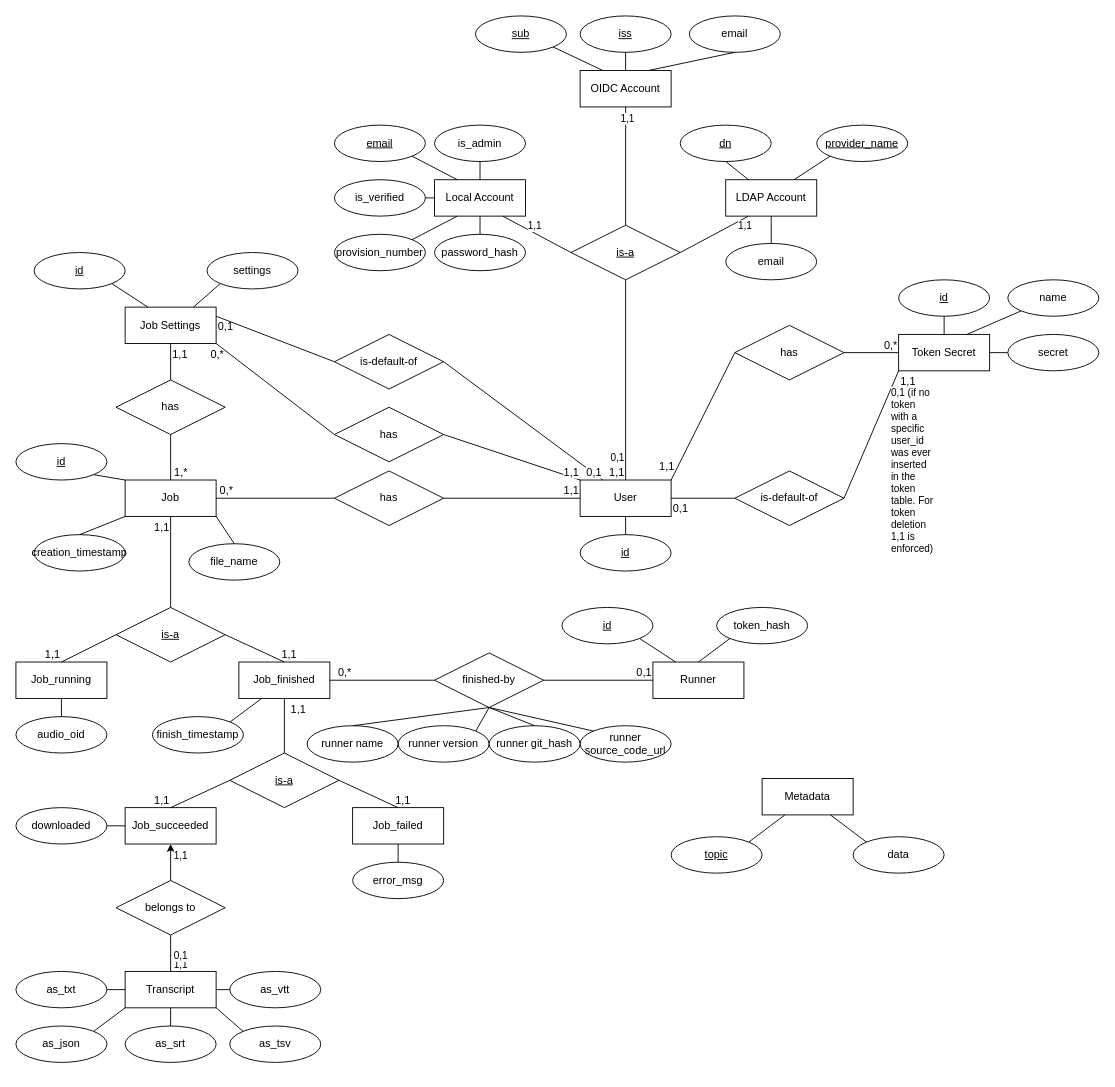
Before: doc/database_er_model.drawio in JulianFP/project-W, a draw.io diagram. Source tidied: cells renumbered, new cells numbered last; positions are measured from the earlier drawing's top-left corner, leaving out a move shared by most shapes. Both pictures are drawn from the tidied source at 91%, with x=0, y=0 at pixel (15, 15).
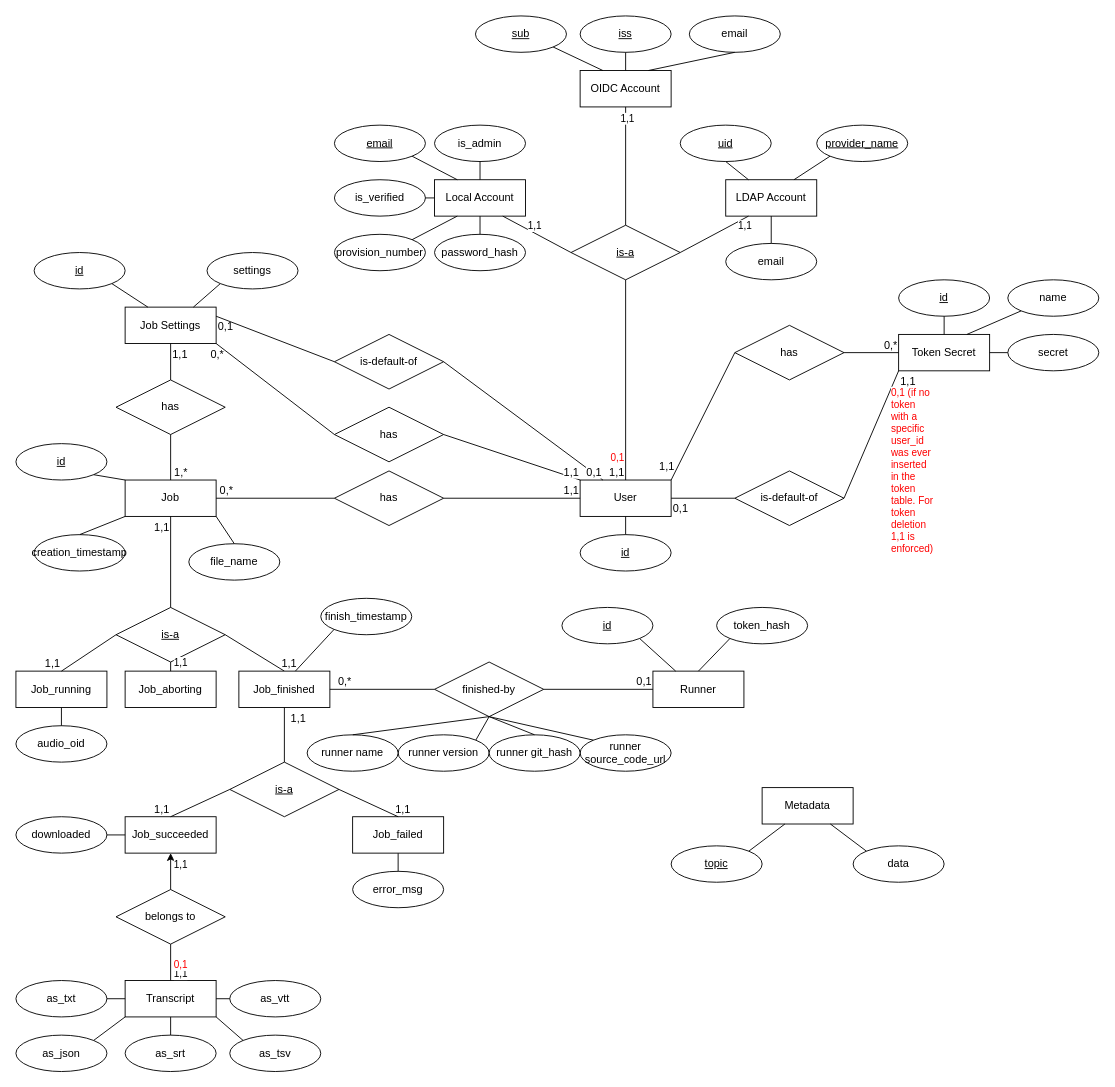
The same diagram, later.

Commit message (it also covers changes not shown here):
docs: Update database model, add documentation for how to use the new terms of services feature

Unchanged cells that the change refers to:
```xml
<mxCell id="30" value="&lt;u&gt;is-a&lt;/u&gt;" style="shape=rhombus;perimeter=rhombusPerimeter;whiteSpace=wrap;html=1;align=center;" parent="1" vertex="1">
  <mxGeometry x="110" y="650" width="120" height="60" as="geometry" />
</mxCell>
<mxCell id="104" style="endArrow=none;html=1;rounded=0;entryX=0.5;entryY=0;entryDx=0;entryDy=0;exitX=0.5;exitY=1;exitDx=0;exitDy=0;" parent="1" edge="1" source="103" target="3">
  <mxGeometry relative="1" as="geometry" />
</mxCell>
<mxCell id="126" style="endArrow=none;html=1;rounded=0;entryX=0.5;entryY=0;entryDx=0;entryDy=0;exitX=0.5;exitY=1;exitDx=0;exitDy=0;" parent="1" edge="1" source="125" target="124">
  <mxGeometry relative="1" as="geometry" />
</mxCell>
<mxCell id="154" style="endArrow=none;html=1;rounded=0;entryX=0;entryY=1;entryDx=0;entryDy=0;exitX=1;exitY=0.5;exitDx=0;exitDy=0;" parent="1" edge="1" source="151" target="69">
  <mxGeometry relative="1" as="geometry" />
</mxCell>
```

What changed in the source:
```diff
@@
     <mxCell id="4" value="Runner" style="whiteSpace=wrap;html=1;align=center;" parent="1" vertex="1">
-      <mxGeometry x="700" y="710" width="100" height="40" as="geometry" />
+      <mxGeometry x="700" y="720" width="100" height="40" as="geometry" />
     </mxCell>
@@
     <mxCell id="9" value="&lt;div&gt;audio_oid&lt;/div&gt;" style="ellipse;whiteSpace=wrap;html=1;align=center;" parent="1" vertex="1">
-      <mxGeometry y="770" width="100" height="40" as="geometry" />
+      <mxGeometry y="780" width="100" height="40" as="geometry" />
     </mxCell>
@@
     <mxCell id="27" value="&lt;div&gt;finish_timestamp&lt;/div&gt;" style="ellipse;whiteSpace=wrap;html=1;align=center;" parent="1" vertex="1">
-      <mxGeometry x="150" y="770" width="100" height="40" as="geometry" />
+      <mxGeometry x="335" y="640" width="100" height="40" as="geometry" />
     </mxCell>
     <mxCell id="28" value="downloaded" style="ellipse;whiteSpace=wrap;html=1;align=center;" parent="1" vertex="1">
-      <mxGeometry y="870" width="100" height="40" as="geometry" />
+      <mxGeometry y="880" width="100" height="40" as="geometry" />
     </mxCell>
     <mxCell id="29" value="Job_running" style="whiteSpace=wrap;html=1;align=center;" parent="1" vertex="1">
-      <mxGeometry y="710" width="100" height="40" as="geometry" />
+      <mxGeometry y="720" width="100" height="40" as="geometry" />
     </mxCell>
@@
     <mxCell id="35" value="Job_succeeded" style="whiteSpace=wrap;html=1;align=center;" parent="1" vertex="1">
-      <mxGeometry x="120" y="870" width="100" height="40" as="geometry" />
+      <mxGeometry x="120" y="880" width="100" height="40" as="geometry" />
     </mxCell>
@@
-    <mxCell id="37" style="endArrow=none;html=1;rounded=0;entryX=1;entryY=0;entryDx=0;entryDy=0;exitX=0.25;exitY=1;exitDx=0;exitDy=0;" parent="1" edge="1" source="45" target="27">
+    <mxCell id="37" style="endArrow=none;html=1;rounded=0;exitX=0.25;exitY=1;exitDx=0;exitDy=0;entryX=0;entryY=1;entryDx=0;entryDy=0;" parent="1" edge="1" source="45" target="27">
       <mxGeometry relative="1" as="geometry" />
     </mxCell>
@@
     <mxCell id="39" value="error_msg" style="ellipse;whiteSpace=wrap;html=1;align=center;" parent="1" vertex="1">
-      <mxGeometry x="370" y="930" width="100" height="40" as="geometry" />
+      <mxGeometry x="370" y="940" width="100" height="40" as="geometry" />
     </mxCell>
@@
     <mxCell id="41" value="Job_failed" style="whiteSpace=wrap;html=1;align=center;" parent="1" vertex="1">
-      <mxGeometry x="370" y="870" width="100" height="40" as="geometry" />
+      <mxGeometry x="370" y="880" width="100" height="40" as="geometry" />
     </mxCell>
@@
     <mxCell id="44" value="&lt;u&gt;is-a&lt;/u&gt;" style="shape=rhombus;perimeter=rhombusPerimeter;whiteSpace=wrap;html=1;align=center;" parent="1" vertex="1">
-      <mxGeometry x="235" y="810" width="120" height="60" as="geometry" />
+      <mxGeometry x="235" y="820" width="120" height="60" as="geometry" />
     </mxCell>
     <mxCell id="45" value="Job_finished" style="whiteSpace=wrap;html=1;align=center;" parent="1" vertex="1">
-      <mxGeometry x="245" y="710" width="100" height="40" as="geometry" />
+      <mxGeometry x="245" y="720" width="100" height="40" as="geometry" />
     </mxCell>
     <mxCell id="46" value="finished-by" style="shape=rhombus;perimeter=rhombusPerimeter;whiteSpace=wrap;html=1;align=center;" parent="1" vertex="1">
-      <mxGeometry x="460" y="700" width="120" height="60" as="geometry" />
+      <mxGeometry x="460" y="710" width="120" height="60" as="geometry" />
     </mxCell>
@@
     <mxCell id="51" value="runner version" style="ellipse;whiteSpace=wrap;html=1;align=center;" parent="1" vertex="1">
-      <mxGeometry x="420" y="780" width="100" height="40" as="geometry" />
+      <mxGeometry x="420" y="790" width="100" height="40" as="geometry" />
     </mxCell>
@@
     <mxCell id="53" value="runner source_code_url" style="ellipse;whiteSpace=wrap;html=1;align=center;" parent="1" vertex="1">
-      <mxGeometry x="620" y="780" width="100" height="40" as="geometry" />
+      <mxGeometry x="620" y="790" width="100" height="40" as="geometry" />
     </mxCell>
@@
     <mxCell id="61" value="runner git_hash" style="ellipse;whiteSpace=wrap;html=1;align=center;" parent="1" vertex="1">
-      <mxGeometry x="520" y="780" width="100" height="40" as="geometry" />
+      <mxGeometry x="520" y="790" width="100" height="40" as="geometry" />
     </mxCell>
@@
     <mxCell id="64" value="Metadata" style="whiteSpace=wrap;html=1;align=center;" parent="1" vertex="1">
-      <mxGeometry x="820" y="838" width="100" height="40" as="geometry" />
+      <mxGeometry x="820" y="848" width="100" height="40" as="geometry" />
     </mxCell>
     <mxCell id="65" value="&lt;u&gt;topic&lt;/u&gt;" style="ellipse;whiteSpace=wrap;html=1;align=center;" parent="1" vertex="1">
-      <mxGeometry x="720" y="902" width="100" height="40" as="geometry" />
+      <mxGeometry x="720" y="912" width="100" height="40" as="geometry" />
     </mxCell>
@@
     <mxCell id="67" value="data" style="ellipse;whiteSpace=wrap;html=1;align=center;" parent="1" vertex="1">
-      <mxGeometry x="920" y="902" width="100" height="40" as="geometry" />
+      <mxGeometry x="920" y="912" width="100" height="40" as="geometry" />
     </mxCell>
@@
-    <mxCell id="82" value="&lt;u&gt;dn&lt;/u&gt;" style="ellipse;whiteSpace=wrap;html=1;align=center;" parent="1" vertex="1">
+    <mxCell id="82" value="&lt;u&gt;uid&lt;/u&gt;" style="ellipse;whiteSpace=wrap;html=1;align=center;" parent="1" vertex="1">
       <mxGeometry x="730" y="120" width="100" height="40" as="geometry" />
     </mxCell>
@@
     <mxCell id="85" value="runner name" style="ellipse;whiteSpace=wrap;html=1;align=center;" parent="1" vertex="1">
-      <mxGeometry x="320" y="780" width="100" height="40" as="geometry" />
+      <mxGeometry x="320" y="790" width="100" height="40" as="geometry" />
     </mxCell>
@@
-    <mxCell id="106" value="&lt;span style=&quot;color: light-dark(rgb(0, 0, 0), rgb(153, 0, 0));&quot;&gt;0,1&lt;/span&gt;" style="edgeLabel;html=1;align=center;verticalAlign=middle;" parent="104" vertex="1">
+    <mxCell id="106" value="&lt;span style=&quot;&quot;&gt;0,1&lt;/span&gt;" style="edgeLabel;html=1;align=center;verticalAlign=middle;fontColor=light-dark(#FF0000,#FF0000);" parent="104" vertex="1">
       <mxGeometry x="0.77" y="1" relative="1" as="geometry">
         <mxPoint x="-11" as="offset" />
       </mxGeometry>
     </mxCell>
@@
     <mxCell id="124" value="Transcript" style="whiteSpace=wrap;html=1;align=center;" parent="1" vertex="1">
-      <mxGeometry x="120" y="1050" width="100" height="40" as="geometry" />
+      <mxGeometry x="120" y="1060" width="100" height="40" as="geometry" />
     </mxCell>
     <mxCell id="125" value="belongs to" style="shape=rhombus;perimeter=rhombusPerimeter;whiteSpace=wrap;html=1;align=center;" parent="1" vertex="1">
-      <mxGeometry x="110" y="950" width="120" height="60" as="geometry" />
+      <mxGeometry x="110" y="960" width="120" height="60" as="geometry" />
     </mxCell>
@@
-    <mxCell id="128" value="&lt;span style=&quot;color: light-dark(rgb(0, 0, 0), rgb(153, 0, 0));&quot;&gt;0,1&lt;/span&gt;" style="edgeLabel;html=1;align=center;verticalAlign=middle;" parent="126" vertex="1">
+    <mxCell id="128" value="&lt;span style=&quot;&quot;&gt;0,1&lt;/span&gt;" style="edgeLabel;html=1;align=center;verticalAlign=middle;fontColor=light-dark(#FF0000,#FF0000);" parent="126" vertex="1">
       <mxGeometry x="0.09" y="-2" relative="1" as="geometry">
         <mxPoint x="12" as="offset" />
       </mxGeometry>
     </mxCell>
@@
     <mxCell id="131" value="as_txt" style="ellipse;whiteSpace=wrap;html=1;align=center;" parent="1" vertex="1">
-      <mxGeometry y="1050" width="100" height="40" as="geometry" />
+      <mxGeometry y="1060" width="100" height="40" as="geometry" />
     </mxCell>
@@
     <mxCell id="133" value="as_json" style="ellipse;whiteSpace=wrap;html=1;align=center;" parent="1" vertex="1">
-      <mxGeometry y="1110" width="100" height="40" as="geometry" />
+      <mxGeometry y="1120" width="100" height="40" as="geometry" />
     </mxCell>
     <mxCell id="134" value="as_srt" style="ellipse;whiteSpace=wrap;html=1;align=center;" parent="1" vertex="1">
-      <mxGeometry x="120" y="1110" width="100" height="40" as="geometry" />
+      <mxGeometry x="120" y="1120" width="100" height="40" as="geometry" />
     </mxCell>
     <mxCell id="135" value="as_tsv" style="ellipse;whiteSpace=wrap;html=1;align=center;" parent="1" vertex="1">
-      <mxGeometry x="235" y="1110" width="100" height="40" as="geometry" />
+      <mxGeometry x="235" y="1120" width="100" height="40" as="geometry" />
     </mxCell>
     <mxCell id="136" value="as_vtt" style="ellipse;whiteSpace=wrap;html=1;align=center;" parent="1" vertex="1">
-      <mxGeometry x="235" y="1050" width="100" height="40" as="geometry" />
+      <mxGeometry x="235" y="1060" width="100" height="40" as="geometry" />
     </mxCell>
@@
-    <mxCell id="156" value="&lt;span style=&quot;color: light-dark(rgb(0, 0, 0), rgb(153, 0, 0));&quot;&gt;&lt;span style=&quot;color: light-dark(rgb(0, 0, 0), rgb(153, 0, 0));&quot;&gt;0,1&lt;/span&gt; (if no token with a specific user_id was ever inserted in the token table. For token deletion 1,1 is enforced)&lt;/span&gt;" style="edgeLabel;html=1;align=left;verticalAlign=middle;whiteSpace=wrap;labelPosition=right;verticalLabelPosition=middle;" parent="154" vertex="1">
+    <mxCell id="156" value="&lt;span style=&quot;&quot;&gt;&lt;span style=&quot;&quot;&gt;0,1&lt;/span&gt; (if no token with a specific user_id was ever inserted in the token table. For token deletion 1,1 is enforced)&lt;/span&gt;" style="edgeLabel;html=1;align=left;verticalAlign=middle;whiteSpace=wrap;labelPosition=right;verticalLabelPosition=middle;fontColor=light-dark(#FF0000,#FF0000);" parent="154" vertex="1">
       <mxGeometry x="0.73" y="-1" relative="1" as="geometry">
         <mxPoint x="-3" y="90" as="offset" />
       </mxGeometry>
     </mxCell>
+    <mxCell id="157" value="&lt;div&gt;Job_aborting&lt;/div&gt;" style="whiteSpace=wrap;html=1;align=center;" parent="1" vertex="1">
+      <mxGeometry x="120" y="720" width="100" height="40" as="geometry" />
+    </mxCell>
+    <mxCell id="158" style="endArrow=none;html=1;rounded=0;exitX=0.5;exitY=1;exitDx=0;exitDy=0;entryX=0.5;entryY=0;entryDx=0;entryDy=0;" parent="1" edge="1" source="30" target="157">
+      <mxGeometry relative="1" as="geometry" />
+    </mxCell>
+    <mxCell id="159" value="1,1" style="edgeLabel;html=1;align=center;verticalAlign=middle;" parent="158" vertex="1">
+      <mxGeometry x="0.4" y="2" relative="1" as="geometry">
+        <mxPoint x="8" y="-7" as="offset" />
+      </mxGeometry>
+    </mxCell>
```
